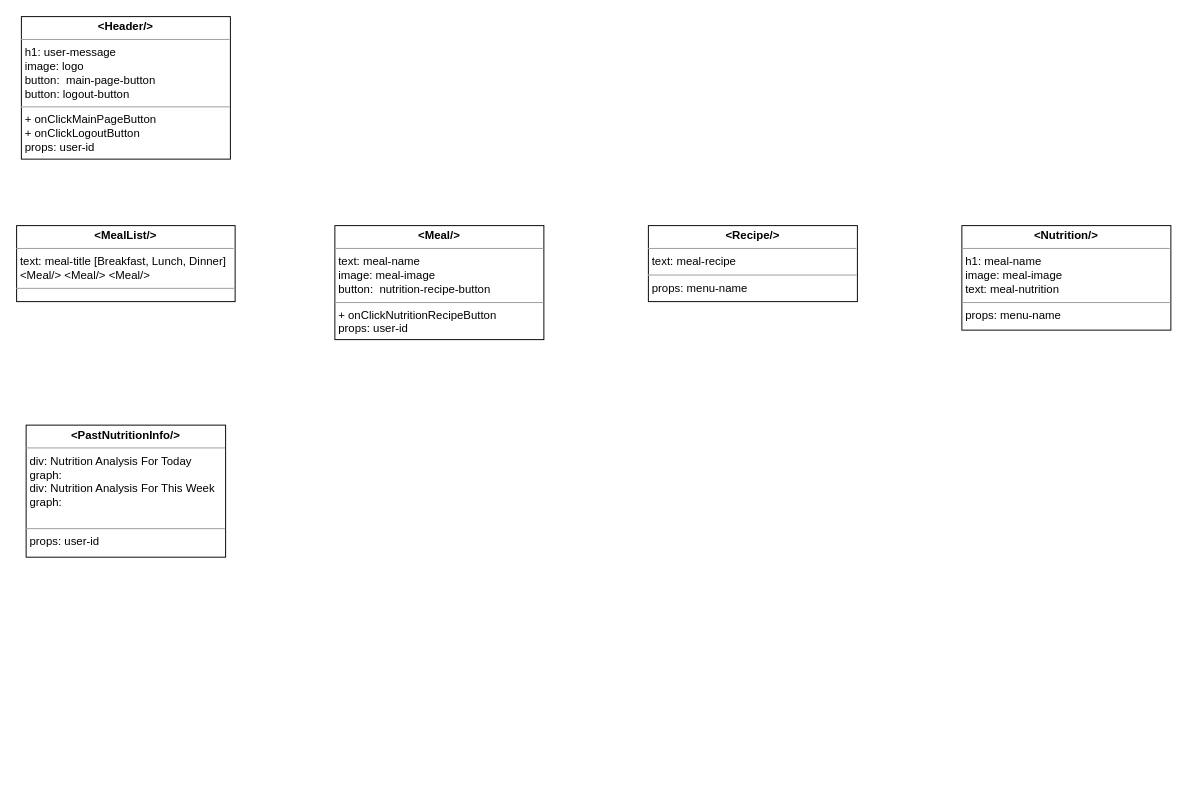
Above: diagrams/Component Diagram.drawio in swsnu/swpp2021-team5 (draw.io), before the change. Source tidied: cells renumbered, new cells numbered last; positions are measured from the earlier drawing's top-left corner, leaving out a move shared by most shapes. Both pictures are drawn from the tidied source at 95%, with x=0, y=0 at pixel (16, 16).
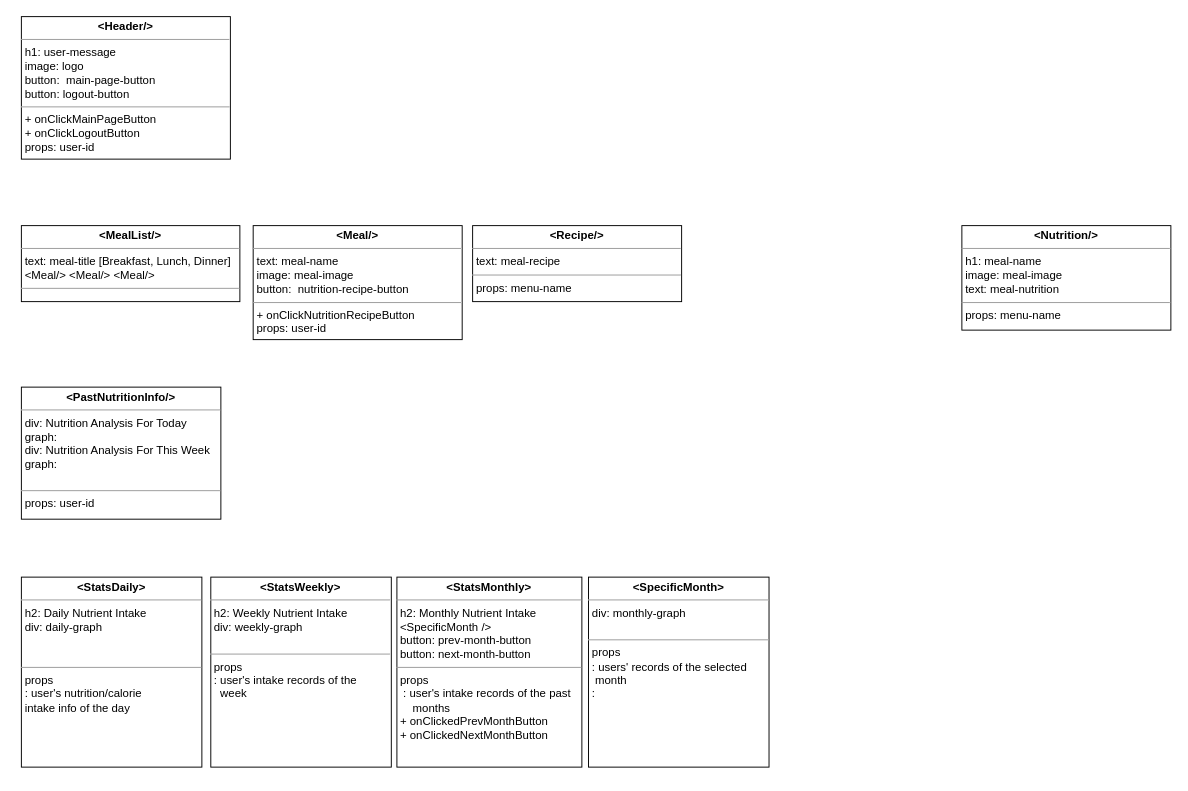
Above is the later version.

Diff of the diagram source:
```diff
@@
 <mxGraphModel>
   <root>
     <mxCell id="0" />
     <mxCell id="1" parent="0" />
     <mxCell id="2" value="&lt;p style=&quot;margin: 0px ; margin-top: 4px ; text-align: center&quot;&gt;&lt;b&gt;&amp;lt;PastNutritionInfo/&amp;gt;&lt;/b&gt;&lt;/p&gt;&lt;hr size=&quot;1&quot;&gt;&lt;p style=&quot;margin: 0px ; margin-left: 4px&quot;&gt;div: Nutrition Analysis For Today&lt;/p&gt;&lt;p style=&quot;margin: 0px ; margin-left: 4px&quot;&gt;graph:&amp;nbsp;&lt;/p&gt;&lt;p style=&quot;margin: 0px ; margin-left: 4px&quot;&gt;div: Nutrition Analysis For This Week&lt;/p&gt;&lt;p style=&quot;margin: 0px ; margin-left: 4px&quot;&gt;graph:&amp;nbsp;&lt;/p&gt;&lt;p style=&quot;margin: 0px ; margin-left: 4px&quot;&gt;&lt;br&gt;&lt;/p&gt;&lt;hr size=&quot;1&quot;&gt;&lt;p style=&quot;margin: 0px ; margin-left: 4px&quot;&gt;props: user-id&lt;/p&gt;" style="verticalAlign=top;align=left;overflow=fill;fontSize=12;fontFamily=Helvetica;html=1;rounded=0;shadow=0;comic=0;labelBackgroundColor=none;strokeWidth=1;" parent="1" vertex="1">
-      <mxGeometry x="10" y="430" width="210" height="139" as="geometry" />
+      <mxGeometry x="5" y="390" width="210" height="139" as="geometry" />
     </mxCell>
     <mxCell id="3" value="&lt;p style=&quot;margin: 0px ; margin-top: 4px ; text-align: center&quot;&gt;&lt;b&gt;&amp;lt;MealList/&amp;gt;&lt;/b&gt;&lt;/p&gt;&lt;hr size=&quot;1&quot;&gt;&lt;p style=&quot;margin: 0px ; margin-left: 4px&quot;&gt;text: meal-title [Breakfast, Lunch, Dinner]&lt;/p&gt;&lt;p style=&quot;margin: 0px ; margin-left: 4px&quot;&gt;&lt;span&gt;&amp;lt;Meal/&amp;gt; &amp;lt;Meal/&amp;gt; &amp;lt;Meal/&amp;gt;&lt;/span&gt;&lt;/p&gt;&lt;hr size=&quot;1&quot;&gt;&lt;p style=&quot;margin: 0px ; margin-left: 4px&quot;&gt;&lt;br&gt;&lt;/p&gt;" style="verticalAlign=top;align=left;overflow=fill;fontSize=12;fontFamily=Helvetica;html=1;rounded=0;shadow=0;comic=0;labelBackgroundColor=none;strokeWidth=1;" parent="1" vertex="1">
-      <mxGeometry y="220" width="230" height="80" as="geometry" />
+      <mxGeometry x="5" y="220" width="230" height="80" as="geometry" />
     </mxCell>
     <mxCell id="4" value="&lt;p style=&quot;margin: 0px ; margin-top: 4px ; text-align: center&quot;&gt;&lt;b&gt;&amp;lt;Meal/&amp;gt;&lt;/b&gt;&lt;/p&gt;&lt;hr size=&quot;1&quot;&gt;&lt;p style=&quot;margin: 0px ; margin-left: 4px&quot;&gt;&lt;span&gt;text: meal-name&lt;/span&gt;&lt;/p&gt;&lt;p style=&quot;margin: 0px ; margin-left: 4px&quot;&gt;image: meal-image&lt;/p&gt;&lt;p style=&quot;margin: 0px ; margin-left: 4px&quot;&gt;&lt;span&gt;button:&amp;nbsp;&amp;nbsp;&lt;/span&gt;&lt;span style=&quot;text-align: center&quot;&gt;nutrition-recipe-button&lt;/span&gt;&lt;br&gt;&lt;/p&gt;&lt;hr size=&quot;1&quot;&gt;&lt;p style=&quot;margin: 0px ; margin-left: 4px&quot;&gt;+ onClickNutritionRecipeButton&lt;/p&gt;&lt;p style=&quot;margin: 0px ; margin-left: 4px&quot;&gt;props: user-id&lt;/p&gt;" style="verticalAlign=top;align=left;overflow=fill;fontSize=12;fontFamily=Helvetica;html=1;rounded=0;shadow=0;comic=0;labelBackgroundColor=none;strokeWidth=1;" parent="1" vertex="1">
-      <mxGeometry x="335" y="220" width="220" height="120" as="geometry" />
+      <mxGeometry x="249" y="220" width="220" height="120" as="geometry" />
     </mxCell>
     <mxCell id="5" value="&lt;p style=&quot;margin: 0px ; margin-top: 4px ; text-align: center&quot;&gt;&lt;b&gt;&amp;lt;Recipe/&amp;gt;&lt;/b&gt;&lt;/p&gt;&lt;hr size=&quot;1&quot;&gt;&lt;p style=&quot;margin: 0px ; margin-left: 4px&quot;&gt;text: meal-recipe&lt;/p&gt;&lt;hr size=&quot;1&quot;&gt;&lt;p style=&quot;margin: 0px ; margin-left: 4px&quot;&gt;props: menu-name&lt;/p&gt;" style="verticalAlign=top;align=left;overflow=fill;fontSize=12;fontFamily=Helvetica;html=1;rounded=0;shadow=0;comic=0;labelBackgroundColor=none;strokeWidth=1;" parent="1" vertex="1">
-      <mxGeometry x="665" y="220" width="220" height="80" as="geometry" />
+      <mxGeometry x="480" y="220" width="220" height="80" as="geometry" />
     </mxCell>
     <mxCell id="6" value="&lt;p style=&quot;margin: 0px ; margin-top: 4px ; text-align: center&quot;&gt;&lt;b&gt;&amp;lt;Nutrition/&amp;gt;&lt;/b&gt;&lt;/p&gt;&lt;hr size=&quot;1&quot;&gt;&lt;p style=&quot;margin: 0px ; margin-left: 4px&quot;&gt;h1: meal-name&lt;/p&gt;&lt;p style=&quot;margin: 0px ; margin-left: 4px&quot;&gt;&lt;span&gt;image: meal-image&lt;/span&gt;&lt;/p&gt;&lt;p style=&quot;margin: 0px ; margin-left: 4px&quot;&gt;&lt;span&gt;text: meal-nutrition&lt;br&gt;&lt;/span&gt;&lt;/p&gt;&lt;hr size=&quot;1&quot;&gt;&lt;p style=&quot;margin: 0px ; margin-left: 4px&quot;&gt;props: menu-name&lt;/p&gt;" style="verticalAlign=top;align=left;overflow=fill;fontSize=12;fontFamily=Helvetica;html=1;rounded=0;shadow=0;comic=0;labelBackgroundColor=none;strokeWidth=1;" parent="1" vertex="1">
       <mxGeometry x="995" y="220" width="220" height="110" as="geometry" />
     </mxCell>
     <mxCell id="7" value="&lt;p style=&quot;margin: 0px ; margin-top: 4px ; text-align: center&quot;&gt;&lt;b&gt;&amp;lt;Header/&amp;gt;&lt;/b&gt;&lt;/p&gt;&lt;hr size=&quot;1&quot;&gt;&lt;p style=&quot;margin: 0px ; margin-left: 4px&quot;&gt;h1: user-message&lt;/p&gt;&lt;p style=&quot;margin: 0px ; margin-left: 4px&quot;&gt;image: logo&lt;/p&gt;&lt;p style=&quot;margin: 0px ; margin-left: 4px&quot;&gt;&lt;span&gt;button:&amp;nbsp;&amp;nbsp;&lt;/span&gt;&lt;span style=&quot;text-align: center&quot;&gt;main-page-button&lt;/span&gt;&lt;br&gt;&lt;/p&gt;&lt;p style=&quot;margin: 0px ; margin-left: 4px&quot;&gt;&lt;span style=&quot;text-align: center&quot;&gt;button: logout-button&lt;/span&gt;&lt;/p&gt;&lt;hr size=&quot;1&quot;&gt;&lt;p style=&quot;margin: 0px ; margin-left: 4px&quot;&gt;+ onClickMainPageButton&lt;/p&gt;&lt;p style=&quot;margin: 0px ; margin-left: 4px&quot;&gt;+ onClickLogoutButton&lt;/p&gt;&lt;p style=&quot;margin: 0px ; margin-left: 4px&quot;&gt;props: user-id&lt;/p&gt;" style="verticalAlign=top;align=left;overflow=fill;fontSize=12;fontFamily=Helvetica;html=1;rounded=0;shadow=0;comic=0;labelBackgroundColor=none;strokeWidth=1;" parent="1" vertex="1">
       <mxGeometry x="5" width="220" height="150" as="geometry" />
     </mxCell>
+    <mxCell id="8" value="&lt;p style=&quot;margin: 0px ; margin-top: 4px ; text-align: center&quot;&gt;&lt;b&gt;&amp;lt;StatsDaily&amp;gt;&lt;/b&gt;&lt;/p&gt;&lt;hr size=&quot;1&quot;&gt;&lt;p style=&quot;margin: 0px ; margin-left: 4px&quot;&gt;h2: Daily Nutrient Intake&lt;br&gt;&lt;/p&gt;&lt;p style=&quot;margin: 0px ; margin-left: 4px&quot;&gt;div: daily-graph&lt;/p&gt;&lt;p style=&quot;margin: 0px ; margin-left: 4px&quot;&gt;&amp;nbsp;&lt;/p&gt;&lt;p style=&quot;margin: 0px ; margin-left: 4px&quot;&gt;&lt;br&gt;&lt;/p&gt;&lt;hr size=&quot;1&quot;&gt;&lt;p style=&quot;margin: 0px ; margin-left: 4px&quot;&gt;props&lt;/p&gt;&lt;p style=&quot;margin: 0px ; margin-left: 4px&quot;&gt;: user's nutrition/calorie&lt;/p&gt;&lt;p style=&quot;margin: 0px ; margin-left: 4px&quot;&gt;intake info of the day&lt;/p&gt;&lt;p style=&quot;margin: 0px ; margin-left: 4px&quot;&gt;&lt;br&gt;&lt;/p&gt;" style="verticalAlign=top;align=left;overflow=fill;fontSize=12;fontFamily=Helvetica;html=1;rounded=0;shadow=0;comic=0;labelBackgroundColor=none;strokeWidth=1;" parent="1" vertex="1">
+      <mxGeometry x="5" y="590" width="190" height="200" as="geometry" />
+    </mxCell>
+    <mxCell id="9" value="&lt;p style=&quot;margin: 0px ; margin-top: 4px ; text-align: center&quot;&gt;&lt;b&gt;&amp;lt;StatsWeekly&amp;gt;&lt;/b&gt;&lt;/p&gt;&lt;hr size=&quot;1&quot;&gt;&lt;p style=&quot;margin: 0px ; margin-left: 4px&quot;&gt;h2: Weekly Nutrient Intake&lt;br&gt;&lt;/p&gt;&lt;p style=&quot;margin: 0px ; margin-left: 4px&quot;&gt;div: weekly-graph&lt;br&gt;&lt;/p&gt;&lt;p style=&quot;margin: 0px ; margin-left: 4px&quot;&gt;&lt;br&gt;&lt;/p&gt;&lt;hr size=&quot;1&quot;&gt;&lt;p style=&quot;margin: 0px ; margin-left: 4px&quot;&gt;props&lt;/p&gt;&lt;p style=&quot;margin: 0px ; margin-left: 4px&quot;&gt;: user's intake records of the&lt;/p&gt;&lt;p style=&quot;margin: 0px ; margin-left: 4px&quot;&gt;&amp;nbsp; week&lt;br&gt;&lt;/p&gt;" style="verticalAlign=top;align=left;overflow=fill;fontSize=12;fontFamily=Helvetica;html=1;rounded=0;shadow=0;comic=0;labelBackgroundColor=none;strokeWidth=1;" parent="1" vertex="1">
+      <mxGeometry x="204.4" y="590" width="190" height="200" as="geometry" />
+    </mxCell>
+    <mxCell id="10" value="&lt;p style=&quot;margin: 0px ; margin-top: 4px ; text-align: center&quot;&gt;&lt;b&gt;&amp;lt;StatsMonthly&amp;gt;&lt;/b&gt;&lt;/p&gt;&lt;hr size=&quot;1&quot;&gt;&lt;p style=&quot;margin: 0px ; margin-left: 4px&quot;&gt;h2: Monthly Nutrient Intake&amp;nbsp;&lt;br&gt;&lt;/p&gt;&lt;p style=&quot;margin: 0px ; margin-left: 4px&quot;&gt;&amp;lt;SpecificMonth /&amp;gt;&lt;/p&gt;&lt;p style=&quot;margin: 0px ; margin-left: 4px&quot;&gt;button: prev-month-button&lt;/p&gt;&lt;p style=&quot;margin: 0px ; margin-left: 4px&quot;&gt;button: next-month-button&lt;/p&gt;&lt;hr size=&quot;1&quot;&gt;&lt;p style=&quot;margin: 0px 0px 0px 4px&quot;&gt;props&lt;/p&gt;&lt;p style=&quot;margin: 0px 0px 0px 4px&quot;&gt;&amp;nbsp;: user's intake records of the past&lt;/p&gt;&lt;p style=&quot;margin: 0px 0px 0px 4px&quot;&gt;&amp;nbsp; &amp;nbsp; months&lt;/p&gt;&lt;p style=&quot;margin: 0px 0px 0px 4px&quot;&gt;+ onClickedPrevMonthButton&lt;/p&gt;&lt;p style=&quot;margin: 0px 0px 0px 4px&quot;&gt;+ onClickedNextMonthButton&lt;/p&gt;" style="verticalAlign=top;align=left;overflow=fill;fontSize=12;fontFamily=Helvetica;html=1;rounded=0;shadow=0;comic=0;labelBackgroundColor=none;strokeWidth=1;" parent="1" vertex="1">
+      <mxGeometry x="400.3" y="590" width="194.7" height="200" as="geometry" />
+    </mxCell>
+    <mxCell id="11" style="edgeStyle=orthogonalEdgeStyle;rounded=0;orthogonalLoop=1;jettySize=auto;html=1;exitX=0.5;exitY=1;exitDx=0;exitDy=0;" parent="1" edge="1" source="9" target="9">
+      <mxGeometry relative="1" as="geometry" />
+    </mxCell>
+    <mxCell id="12" value="&lt;p style=&quot;margin: 0px ; margin-top: 4px ; text-align: center&quot;&gt;&lt;b&gt;&amp;lt;SpecificMonth&amp;gt;&lt;/b&gt;&lt;/p&gt;&lt;hr size=&quot;1&quot;&gt;&lt;p style=&quot;margin: 0px ; margin-left: 4px&quot;&gt;&lt;span&gt;div: monthly-graph&lt;/span&gt;&lt;br&gt;&lt;/p&gt;&lt;p style=&quot;margin: 0px ; margin-left: 4px&quot;&gt;&lt;br&gt;&lt;/p&gt;&lt;hr size=&quot;1&quot;&gt;&lt;p style=&quot;margin: 0px ; margin-left: 4px&quot;&gt;props&lt;/p&gt;&lt;p style=&quot;margin: 0px ; margin-left: 4px&quot;&gt;: users' records of the selected&lt;/p&gt;&lt;p style=&quot;margin: 0px ; margin-left: 4px&quot;&gt;&amp;nbsp;month&lt;/p&gt;&lt;p style=&quot;margin: 0px ; margin-left: 4px&quot;&gt;:&amp;nbsp;&lt;/p&gt;" style="verticalAlign=top;align=left;overflow=fill;fontSize=12;fontFamily=Helvetica;html=1;rounded=0;shadow=0;comic=0;labelBackgroundColor=none;strokeWidth=1;" parent="1" vertex="1">
+      <mxGeometry x="602" y="590" width="190" height="200" as="geometry" />
+    </mxCell>
   </root>
 </mxGraphModel>
```
